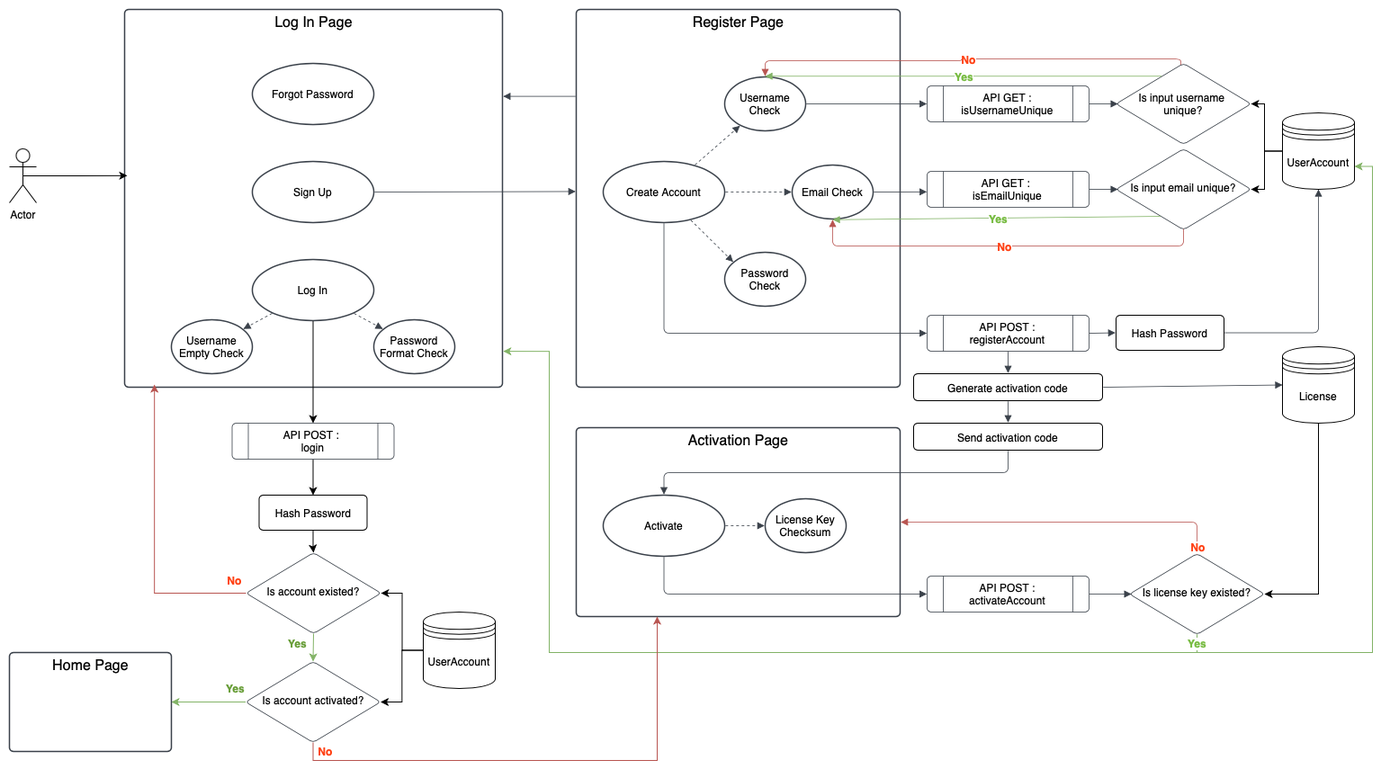
This is Work Flow/Account.png from FrogwinX/CSCI3100_Project, a draw.io export, as it was before one commit. Source tidied: cells renumbered, new cells last; positions are measured from the earlier drawing's top-left corner, leaving out a move shared by most shapes.
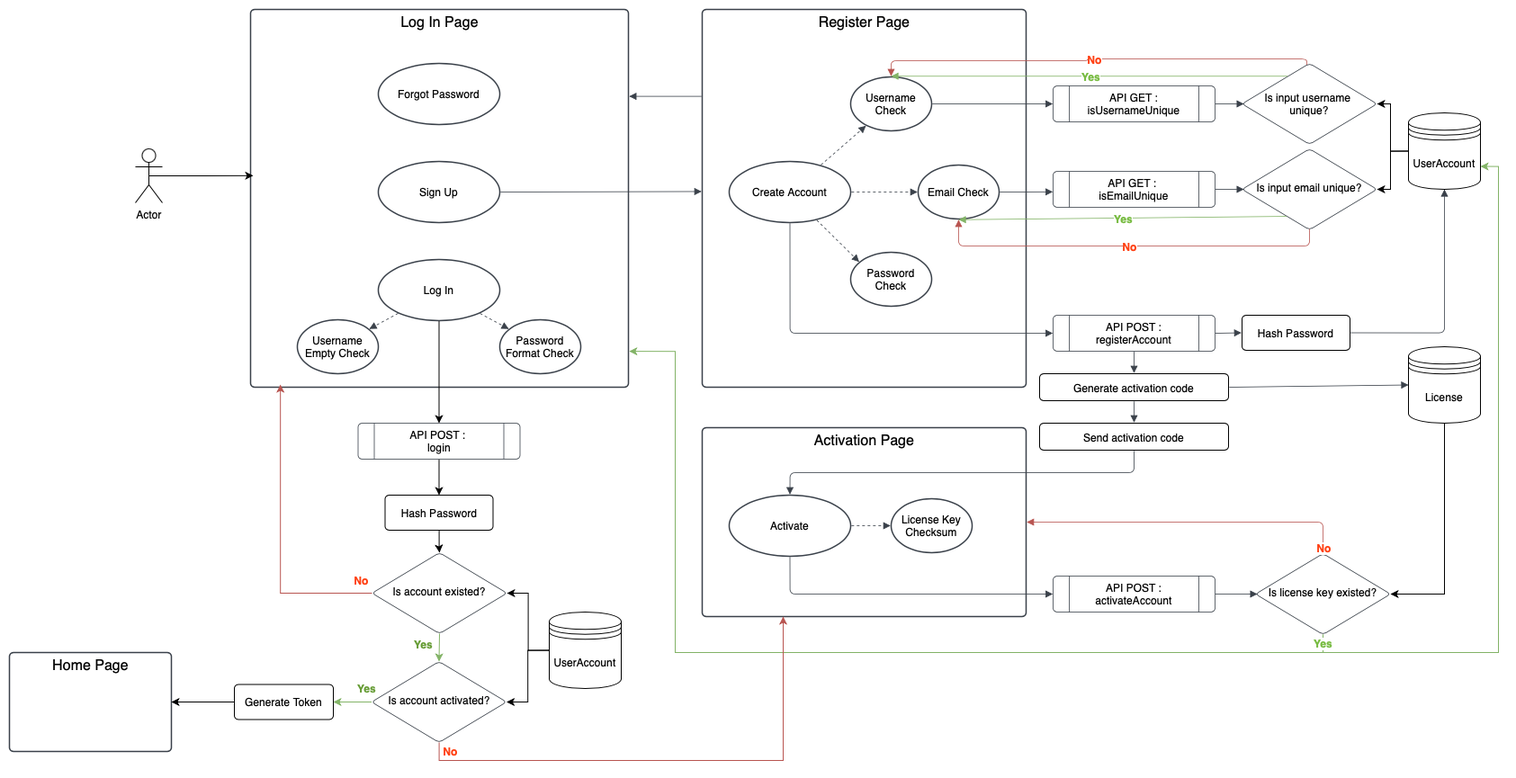
After the commit.

Change to the diagram source:
```diff
@@ -276,17 +276,23 @@
         </Array>
       </mxGeometry>
     </mxCell>
-    <mxCell id="82" value="&lt;span style=&quot;color: light-dark(rgb(102, 156, 53), rgb(237, 237, 237));&quot;&gt;&lt;font style=&quot;font-size: 12px;&quot;&gt;&lt;b&gt;Yes&lt;/b&gt;&lt;/font&gt;&lt;/span&gt;" style="edgeStyle=orthogonalEdgeStyle;rounded=0;jettySize=auto;html=1;entryX=1;entryY=0.5;entryDx=0;entryDy=0;fillColor=#d5e8d4;strokeColor=#82b366;" parent="1" edge="1" source="83" target="84">
+    <mxCell id="82" value="&lt;span style=&quot;color: light-dark(rgb(102, 156, 53), rgb(237, 237, 237));&quot;&gt;&lt;font style=&quot;font-size: 12px;&quot;&gt;&lt;b&gt;Yes&lt;/b&gt;&lt;/font&gt;&lt;/span&gt;" style="edgeStyle=orthogonalEdgeStyle;rounded=0;jettySize=auto;html=1;entryX=1;entryY=0.5;entryDx=0;entryDy=0;fillColor=#d5e8d4;strokeColor=#82b366;" parent="1" edge="1" source="83" target="87">
       <mxGeometry x="-0.7" y="-15" relative="1" as="geometry" />
     </mxCell>
     <mxCell id="83" value="&lt;div style=&quot;display: flex; justify-content: center; text-align: center; align-items: baseline; line-height: 1.25; margin-top: -2px;&quot;&gt;&lt;span&gt;&lt;span style=&quot;color: rgb(0, 0, 0);&quot;&gt;Is account&amp;nbsp;&lt;/span&gt;activated&lt;span style=&quot;color: rgb(0, 0, 0);&quot;&gt;?&lt;/span&gt;&lt;/span&gt;&lt;/div&gt;" style="html=1;overflow=block;blockSpacing=1;whiteSpace=wrap;rhombus;fontSize=12;fontFamily=Helvetica;spacing=3.8;strokeColor=#3a414a;strokeOpacity=100;fillOpacity=100;rounded=1;absoluteArcSize=1;arcSize=9;fillColor=#ffffff;strokeWidth=0.8;lucidId=90EUq45sE9-c;" parent="1" vertex="1">
       <mxGeometry x="262.5" y="725" width="150" height="90" as="geometry" />
     </mxCell>
     <mxCell id="84" style="html=1;overflow=block;blockSpacing=1;whiteSpace=wrap;fontSize=12;fontFamily=Helvetica;spacing=0;strokeColor=#3a414a;strokeOpacity=100;fillOpacity=0;rounded=1;absoluteArcSize=1;arcSize=9;fillColor=#000000;strokeWidth=1.5;lucidId=jgEULdvxt6wD;" parent="1" vertex="1">
-      <mxGeometry y="715" width="180" height="110" as="geometry" />
+      <mxGeometry x="-140" y="715" width="180" height="110" as="geometry" />
     </mxCell>
     <mxCell id="85" value="&lt;font style=&quot;font-size: 16px;&quot;&gt;Home&lt;/font&gt;&lt;span style=&quot;font-size: 16px;&quot;&gt;&amp;nbsp;Page&lt;/span&gt;" style="text;html=1;align=center;verticalAlign=middle;strokeColor=none;fillColor=none;fontFamily=Helvetica;fontSize=12;" parent="84" vertex="1">
       <mxGeometry x="35" width="110" height="30" as="geometry" />
     </mxCell>
+    <mxCell id="86" style="edgeStyle=orthogonalEdgeStyle;rounded=0;jettySize=auto;html=1;" parent="1" edge="1" source="87" target="84">
+      <mxGeometry relative="1" as="geometry" />
+    </mxCell>
+    <mxCell id="87" value="Generate Token" style="html=1;overflow=block;blockSpacing=1;whiteSpace=wrap;fontSize=12;fontFamily=Helvetica;spacing=9;rounded=1;absoluteArcSize=1;arcSize=9;strokeWidth=NaN;lucidId=bWEUQv-7P4Rg;labelBackgroundColor=default;" parent="1" vertex="1">
+      <mxGeometry x="110" y="750.5" width="110" height="39" as="geometry" />
+    </mxCell>
   </root>
 </mxGraphModel>
```
